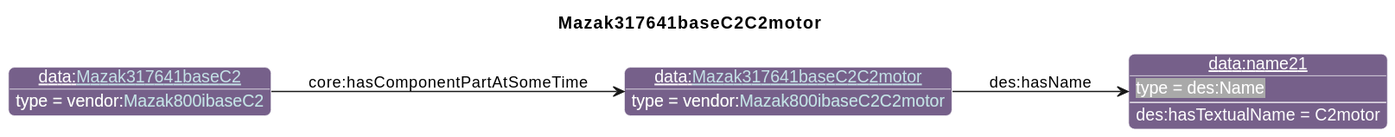
Before: diagrams/Mazak317641baseC2C2motor.svg, a diagram exported from PlantUML (iofoundry/example-syseng-mtconnect).
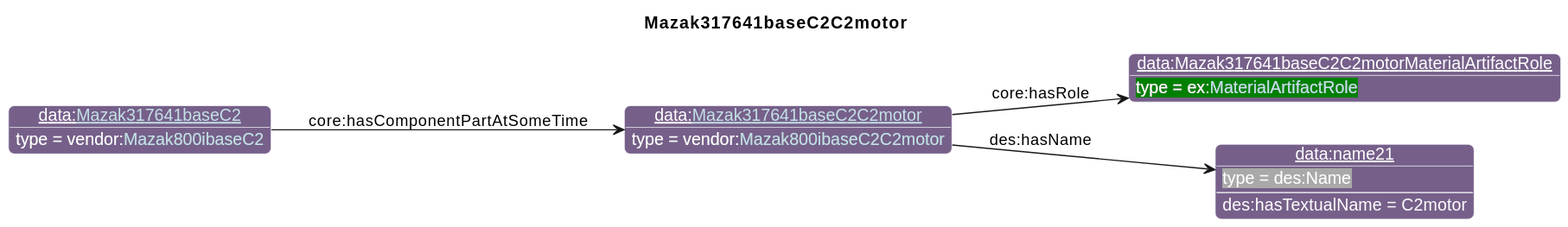
Later version of the same file.

What changed in the source:
```diff
@@ -26,9 +26,11 @@
                       "qp":"641B2E"
       }
 individual(o0, data:[[./Mazak317641baseC2C2motor.html Mazak317641baseC2C2motor]], vendor:[[../Mazak.html#Mazak800ibaseC2C2motor Mazak800ibaseC2C2motor]])
-individual(o1, data:name21, des:Name)
-individual(o2, data:[[./Mazak317641baseC2.html Mazak317641baseC2]], vendor:[[../Mazak.html#Mazak800ibaseC2 Mazak800ibaseC2]])
-property(o0, "des:hasName", o1)
-data(o1, "des:hasTextualName", "C2motor")
-property(o2, "core:hasComponentPartAtSomeTime", o0)
+individual(o1, data:Mazak317641baseC2C2motorMaterialArtifactRole, ex:[[../Example.html#MaterialArtifactRole MaterialArtifactRole]])
+individual(o2, data:name21, des:Name)
+individual(o3, data:[[./Mazak317641baseC2.html Mazak317641baseC2]], vendor:[[../Mazak.html#Mazak800ibaseC2 Mazak800ibaseC2]])
+property(o0, "core:hasRole", o1)
+property(o0, "des:hasName", o2)
+data(o2, "des:hasTextualName", "C2motor")
+property(o3, "core:hasComponentPartAtSomeTime", o0)
 @enduml
```
